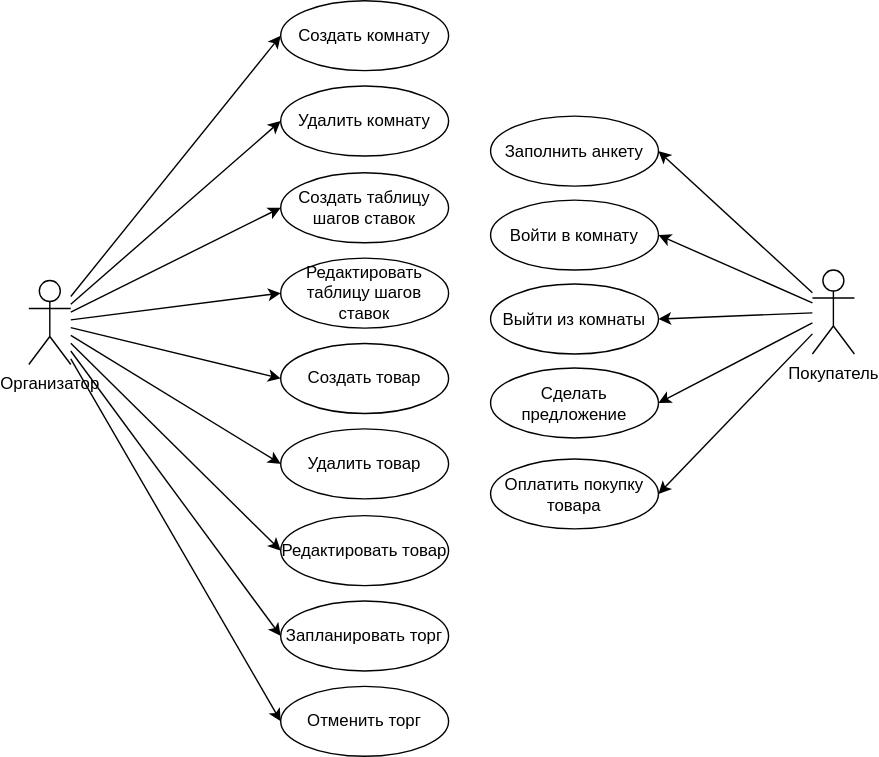
Earlier version of the draw.io export docs/usecase.drawio.svg (maxhha/iu7-2022-sd-labs). Source tidied: cells renumbered, new cells last; positions are measured from the earlier drawing's top-left corner, leaving out a move shared by most shapes.
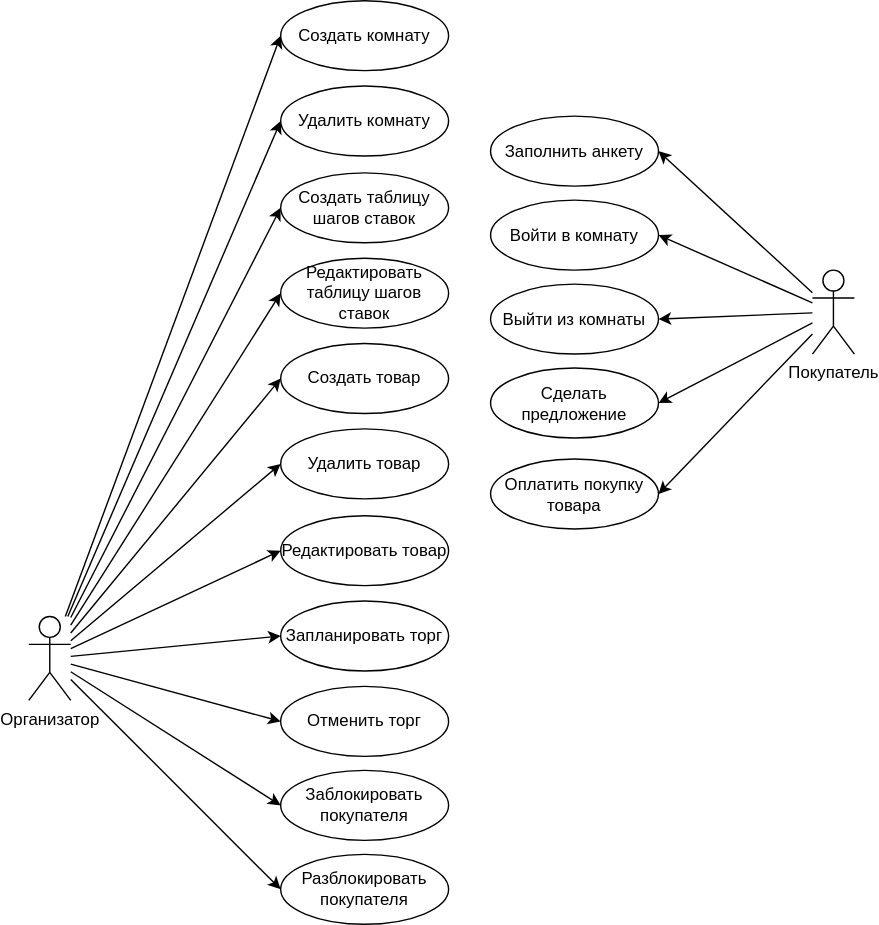
Later version of the same file.

What changed in the source:
```diff
@@ -29,8 +29,14 @@
     <mxCell id="10" style="edgeStyle=none;rounded=0;jettySize=auto;html=1;entryX=0;entryY=0.5;entryDx=0;entryDy=0;" parent="1" edge="1" source="11" target="16">
       <mxGeometry relative="1" as="geometry" />
     </mxCell>
+    <mxCell id="32" style="rounded=0;jettySize=auto;html=1;entryX=0;entryY=0.5;entryDx=0;entryDy=0;" parent="1" edge="1" source="11" target="34">
+      <mxGeometry relative="1" as="geometry" />
+    </mxCell>
+    <mxCell id="33" style="edgeStyle=none;rounded=0;jettySize=auto;html=1;entryX=0;entryY=0.5;entryDx=0;entryDy=0;" parent="1" edge="1" source="11" target="35">
+      <mxGeometry relative="1" as="geometry" />
+    </mxCell>
     <mxCell id="11" value="Организатор" style="shape=umlActor;verticalLabelPosition=bottom;verticalAlign=top;html=1;outlineConnect=0;" parent="1" vertex="1">
-      <mxGeometry y="200" width="30" height="60" as="geometry" />
+      <mxGeometry y="440" width="30" height="60" as="geometry" />
     </mxCell>
     <mxCell id="12" value="Создать товар" style="ellipse;whiteSpace=wrap;html=1;" parent="1" vertex="1">
       <mxGeometry x="180" y="245" width="120" height="50" as="geometry" />
@@ -92,5 +98,11 @@
     <mxCell id="31" value="Выйти из комнаты" style="ellipse;whiteSpace=wrap;html=1;" parent="1" vertex="1">
       <mxGeometry x="330" y="202.5" width="120" height="50" as="geometry" />
     </mxCell>
+    <mxCell id="34" value="Заблокировать покупателя" style="ellipse;whiteSpace=wrap;html=1;" parent="1" vertex="1">
+      <mxGeometry x="180" y="550" width="120" height="50" as="geometry" />
+    </mxCell>
+    <mxCell id="35" value="Разблокировать покупателя" style="ellipse;whiteSpace=wrap;html=1;" parent="1" vertex="1">
+      <mxGeometry x="180" y="610" width="120" height="50" as="geometry" />
+    </mxCell>
   </root>
 </mxGraphModel>
```
